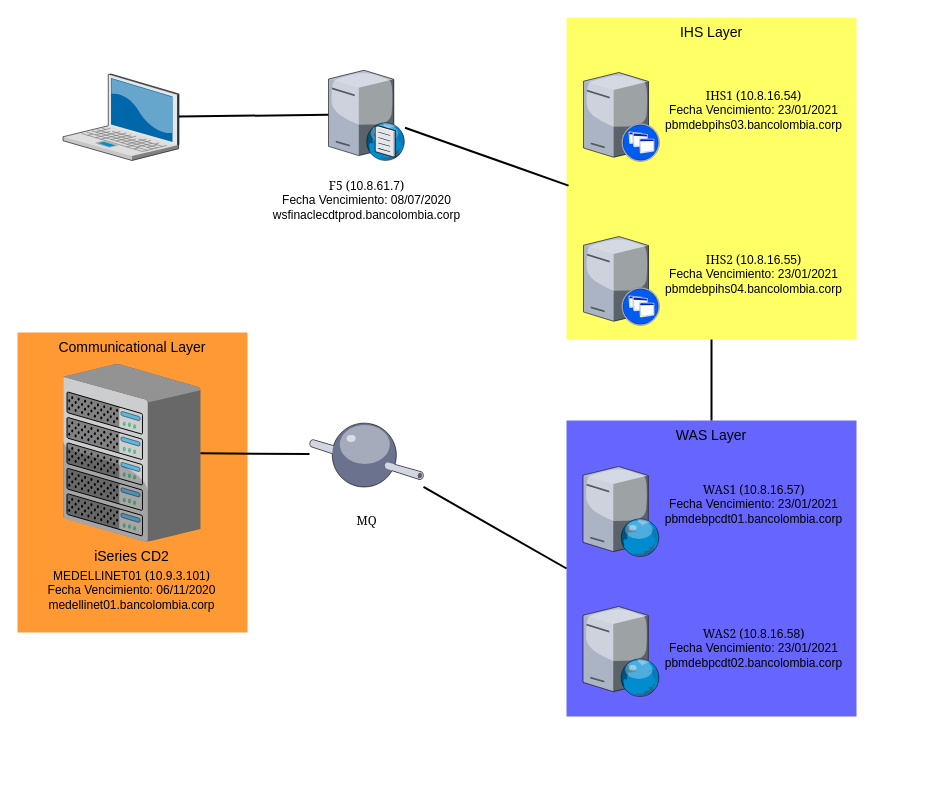
Earlier version of the draw.io diagram page "Prod" (1 of 3) of Untitled Diagram.drawio (jamapilo/platzi). Source tidied: cells renumbered, new cells numbered last; positions are measured from the earlier drawing's top-left corner, leaving out a move shared by most shapes. Both pictures are drawn from the tidied source at 100%, with x=0, y=0 at pixel (17, 17).
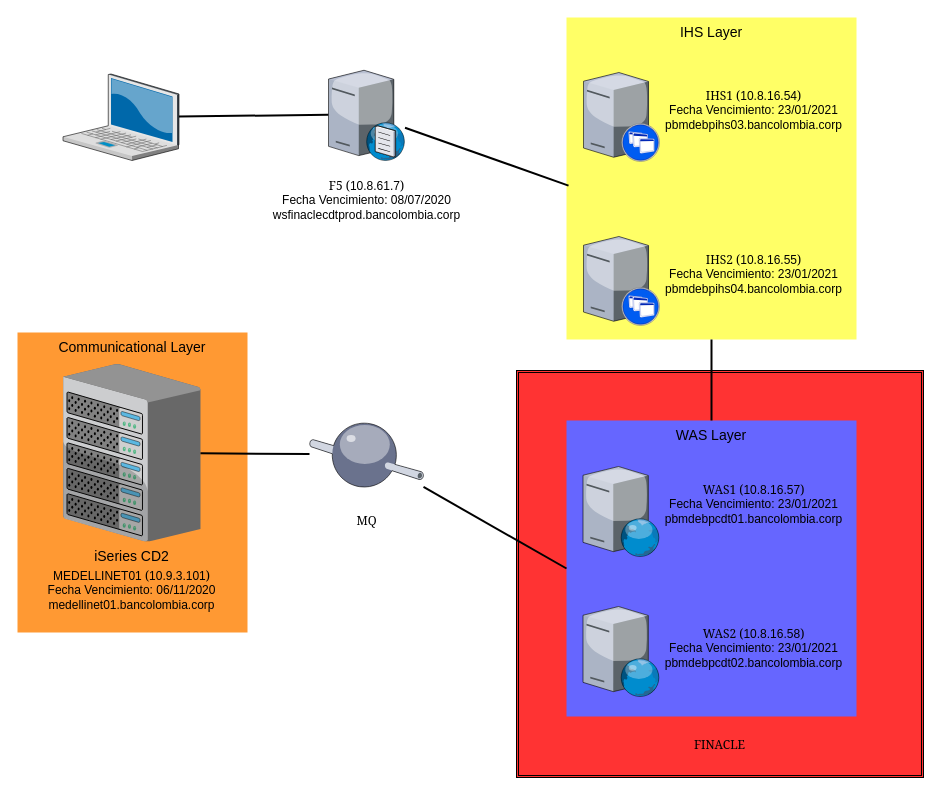
Above is the later version.

Diff of the diagram source:
```diff
@@
+    <mxCell id="25" style="shape=ext;double=1;whiteSpace=wrap;html=1;fillColor=#FF3333;" parent="1" vertex="1">
+      <mxGeometry x="499" y="353" width="407" height="407" as="geometry" />
+    </mxCell>
@@
+    <mxCell id="26" value="&lt;font face=&quot;Georgia&quot;&gt;FINACLE&lt;/font&gt;&lt;br&gt;" style="text;html=1;strokeColor=none;fillColor=none;align=center;verticalAlign=middle;whiteSpace=wrap;rounded=0;" parent="1" vertex="1">
+      <mxGeometry x="610" y="699" width="185" height="58" as="geometry" />
+    </mxCell>
```
